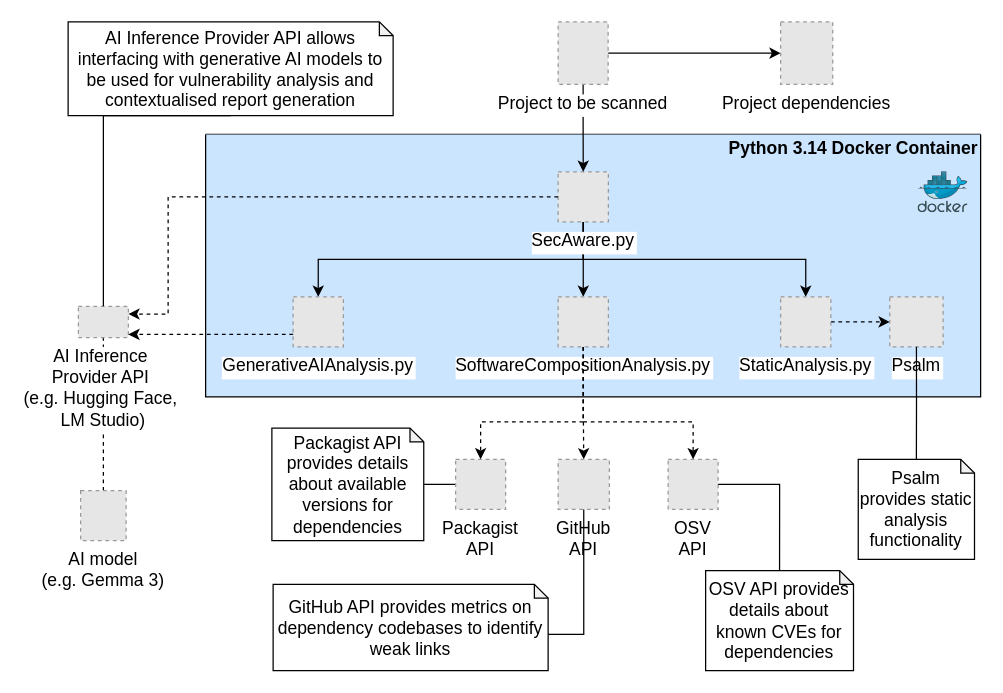
The draw.io diagram docs/SecAware.drawio in AlexWinder/SecAware, before the edit. Source tidied: cells renumbered, new cells numbered last; positions are measured from the earlier drawing's top-left corner, leaving out a move shared by most shapes. Both pictures are drawn from the tidied source at 125%, with x=0, y=0 at pixel (68, 21). Pictures stored in the file or linked from it are replaced by grey dashed boxes.
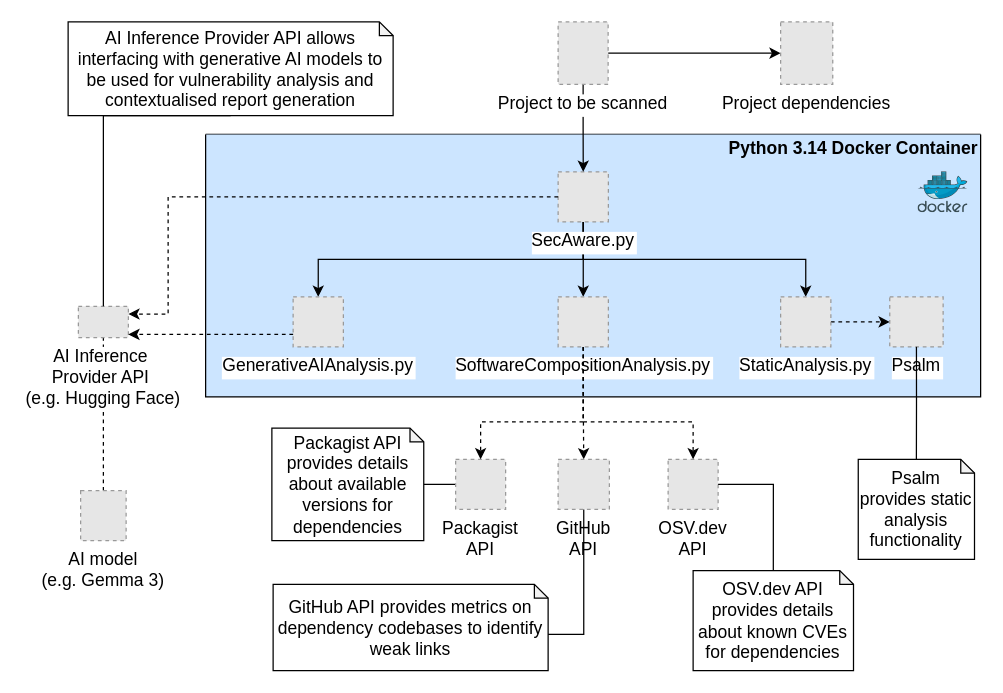
After the change.

Commit message (it also covers changes not shown here):
Small tweaks to infrastructure diagram

The edit, as a diff of the source:
```diff
@@
-    <mxCell id="23" value="OSV&#10;API" style="fillColor=#E6E6E6;strokeColor=#999999;dashed=1;verticalLabelPosition=bottom;labelBackgroundColor=default;verticalAlign=top;fontSize=14;" parent="1" vertex="1">
+    <mxCell id="23" value="OSV.dev&#10;API" style="fillColor=#E6E6E6;strokeColor=#999999;dashed=1;verticalLabelPosition=bottom;labelBackgroundColor=default;verticalAlign=top;fontSize=14;" parent="1" vertex="1">
       <mxGeometry x="480" y="350" width="40" height="40" as="geometry" />
     </mxCell>
@@
-    <mxCell id="25" value="OSV API provides details about known CVEs for dependencies" style="shape=note;whiteSpace=wrap;html=1;backgroundOutline=1;darkOpacity=0.05;size=11;fontSize=14;" parent="1" vertex="1">
-      <mxGeometry x="510" y="439" width="118.3" height="80" as="geometry" />
+    <mxCell id="25" value="OSV.dev API provides details about known CVEs for dependencies" style="shape=note;whiteSpace=wrap;html=1;backgroundOutline=1;darkOpacity=0.05;size=11;fontSize=14;" parent="1" vertex="1">
+      <mxGeometry x="500" y="439" width="128.3" height="80" as="geometry" />
     </mxCell>
@@
-    <mxCell id="28" value="AI Inference &#10;Provider API &#10;(e.g. Hugging Face, &#10;LM Studio)" style="fillColor=#E6E6E6;strokeColor=#999999;dashed=1;verticalLabelPosition=bottom;labelBackgroundColor=default;verticalAlign=top;fontSize=14;" parent="1" vertex="1">
+    <mxCell id="28" value="AI Inference &#10;Provider API &#10;(e.g. Hugging Face)" style="fillColor=#E6E6E6;strokeColor=#999999;dashed=1;verticalLabelPosition=bottom;labelBackgroundColor=default;verticalAlign=top;fontSize=14;" parent="1" vertex="1">
       <mxGeometry x="8.2" y="227.5" width="40" height="25" as="geometry" />
     </mxCell>
```
